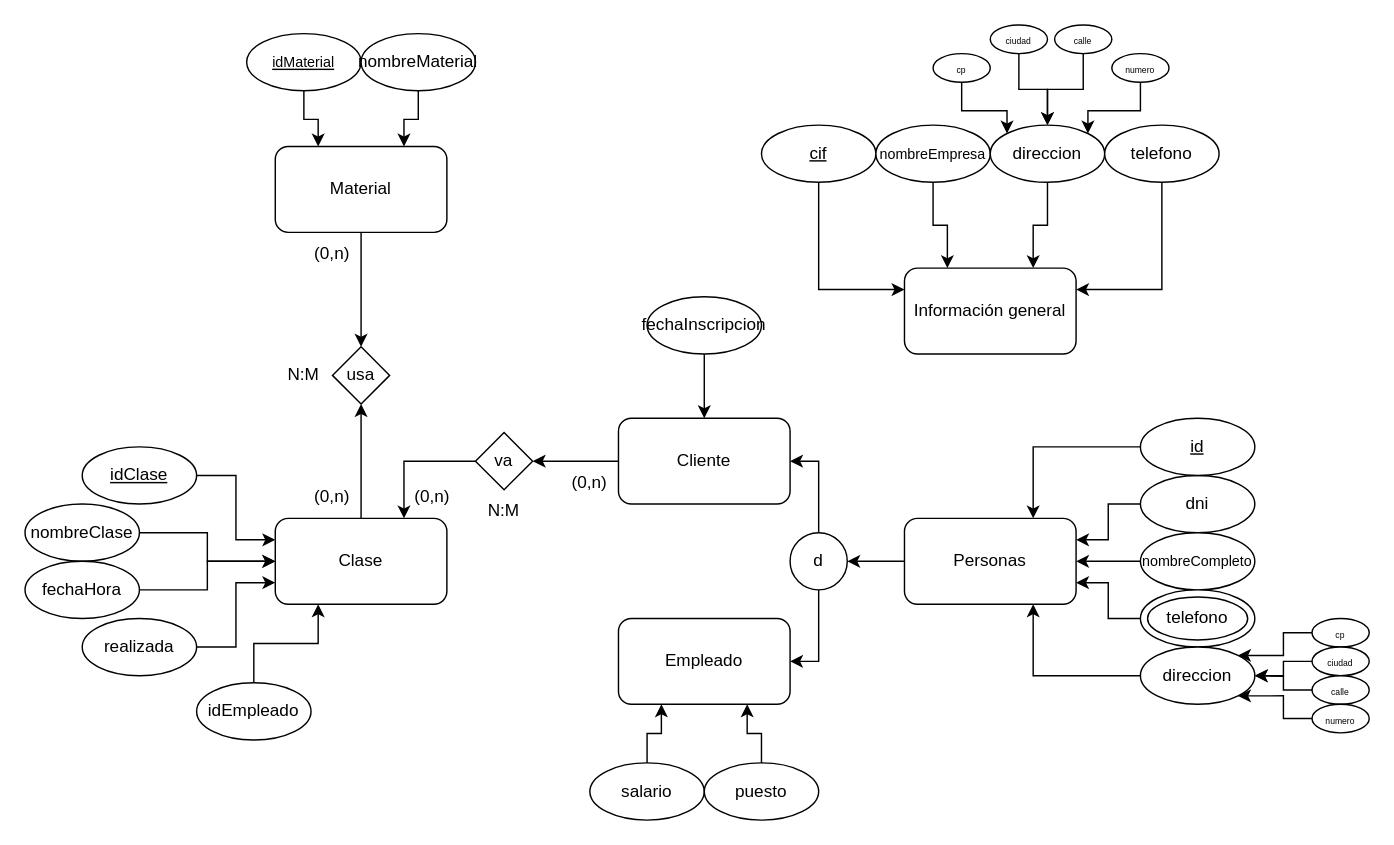
JVilluendas/Proyecto_jGYM keeps this draw.io diagram as BaseDatos/jGym_diagrama_entidad-relacion.drawio. Above is the earlier version. Source tidied: cells renumbered, new cells numbered last; positions are measured from the earlier drawing's top-left corner, leaving out a move shared by most shapes. Both pictures are drawn from the tidied source at 143%, with x=0, y=0 at pixel (24, 24).
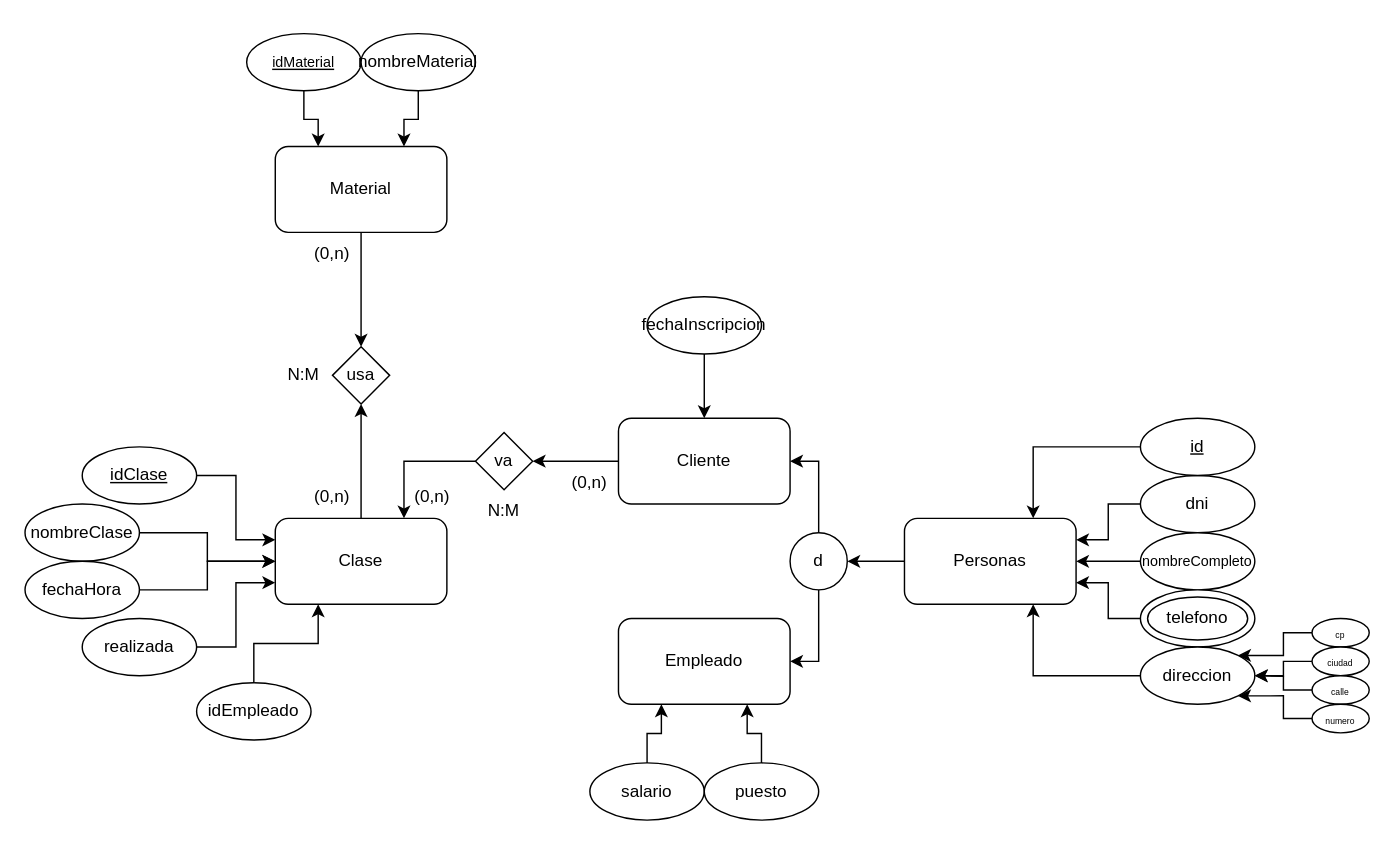
Above is the later version.

The edit, as a diff of the source:
```diff
@@
-    <mxCell id="2" value="Información general" style="rounded=1;whiteSpace=wrap;html=1;" parent="1" vertex="1">
-      <mxGeometry x="615" y="170" width="120" height="60" as="geometry" />
-    </mxCell>
-    <mxCell id="3" style="edgeStyle=orthogonalEdgeStyle;rounded=0;jettySize=auto;html=1;exitX=0.5;exitY=1;exitDx=0;exitDy=0;entryX=0;entryY=0.25;entryDx=0;entryDy=0;" parent="1" edge="1" source="4" target="2">
-      <mxGeometry relative="1" as="geometry" />
-    </mxCell>
-    <mxCell id="4" value="&lt;u&gt;cif&lt;/u&gt;" style="ellipse;whiteSpace=wrap;html=1;" parent="1" vertex="1">
-      <mxGeometry x="515" y="70" width="80" height="40" as="geometry" />
-    </mxCell>
-    <mxCell id="5" style="edgeStyle=orthogonalEdgeStyle;rounded=0;jettySize=auto;html=1;exitX=0.5;exitY=1;exitDx=0;exitDy=0;entryX=0.25;entryY=0;entryDx=0;entryDy=0;" parent="1" edge="1" source="6" target="2">
-      <mxGeometry relative="1" as="geometry" />
-    </mxCell>
-    <mxCell id="6" value="&lt;font style=&quot;font-size: 10px;&quot;&gt;nombreEmpresa&lt;/font&gt;" style="ellipse;whiteSpace=wrap;html=1;" parent="1" vertex="1">
-      <mxGeometry x="595" y="70" width="80" height="40" as="geometry" />
-    </mxCell>
-    <mxCell id="7" style="edgeStyle=orthogonalEdgeStyle;rounded=0;jettySize=auto;html=1;exitX=0.5;exitY=1;exitDx=0;exitDy=0;entryX=0.75;entryY=0;entryDx=0;entryDy=0;" parent="1" edge="1" source="8" target="2">
-      <mxGeometry relative="1" as="geometry" />
-    </mxCell>
-    <mxCell id="8" value="direccion" style="ellipse;whiteSpace=wrap;html=1;" parent="1" vertex="1">
-      <mxGeometry x="675" y="70" width="80" height="40" as="geometry" />
-    </mxCell>
-    <mxCell id="9" style="edgeStyle=orthogonalEdgeStyle;rounded=0;jettySize=auto;html=1;exitX=0.5;exitY=1;exitDx=0;exitDy=0;entryX=1;entryY=0.25;entryDx=0;entryDy=0;" parent="1" edge="1" source="10" target="2">
-      <mxGeometry relative="1" as="geometry" />
-    </mxCell>
-    <mxCell id="10" value="telefono" style="ellipse;whiteSpace=wrap;html=1;" parent="1" vertex="1">
-      <mxGeometry x="755" y="70" width="80" height="40" as="geometry" />
-    </mxCell>
@@
-    <mxCell id="13" style="edgeStyle=orthogonalEdgeStyle;rounded=0;jettySize=auto;html=1;exitX=0.5;exitY=1;exitDx=0;exitDy=0;entryX=0;entryY=0;entryDx=0;entryDy=0;" parent="1" edge="1" source="14" target="8">
-      <mxGeometry relative="1" as="geometry" />
-    </mxCell>
-    <mxCell id="14" value="&lt;font style=&quot;font-size: 6px;&quot;&gt;cp&lt;/font&gt;" style="ellipse;whiteSpace=wrap;html=1;" parent="1" vertex="1">
-      <mxGeometry x="635" y="20" width="40" height="20" as="geometry" />
-    </mxCell>
-    <mxCell id="15" style="edgeStyle=orthogonalEdgeStyle;rounded=0;jettySize=auto;html=1;exitX=0.5;exitY=1;exitDx=0;exitDy=0;entryX=0.5;entryY=0;entryDx=0;entryDy=0;" parent="1" edge="1" source="16" target="8">
-      <mxGeometry relative="1" as="geometry" />
-    </mxCell>
-    <mxCell id="16" value="&lt;font style=&quot;font-size: 6px;&quot;&gt;ciudad&lt;/font&gt;" style="ellipse;whiteSpace=wrap;html=1;" parent="1" vertex="1">
-      <mxGeometry x="675" width="40" height="20" as="geometry" />
-    </mxCell>
-    <mxCell id="17" style="edgeStyle=orthogonalEdgeStyle;rounded=0;jettySize=auto;html=1;exitX=0.5;exitY=1;exitDx=0;exitDy=0;entryX=0.5;entryY=0;entryDx=0;entryDy=0;" parent="1" edge="1" source="18" target="8">
-      <mxGeometry relative="1" as="geometry" />
-    </mxCell>
-    <mxCell id="18" value="&lt;font style=&quot;font-size: 6px;&quot;&gt;calle&lt;/font&gt;" style="ellipse;whiteSpace=wrap;html=1;" parent="1" vertex="1">
-      <mxGeometry x="720" width="40" height="20" as="geometry" />
-    </mxCell>
-    <mxCell id="19" style="edgeStyle=orthogonalEdgeStyle;rounded=0;jettySize=auto;html=1;exitX=0.5;exitY=1;exitDx=0;exitDy=0;entryX=1;entryY=0;entryDx=0;entryDy=0;" parent="1" edge="1" source="20" target="8">
-      <mxGeometry relative="1" as="geometry" />
-    </mxCell>
-    <mxCell id="20" value="&lt;font style=&quot;font-size: 6px;&quot;&gt;numero&lt;/font&gt;" style="ellipse;whiteSpace=wrap;html=1;" parent="1" vertex="1">
-      <mxGeometry x="760" y="20" width="40" height="20" as="geometry" />
-    </mxCell>
```
